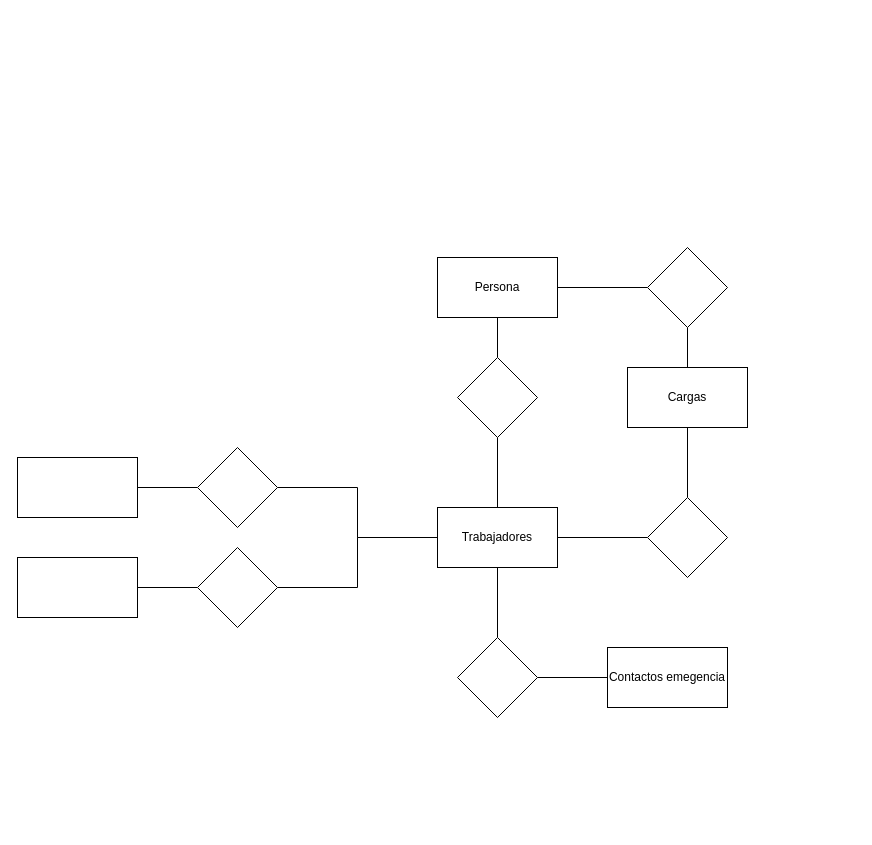
Earlier version of the draw.io diagram ModeloBdTallerDeAplicaciones/Untitled Diagram.drawio (Bixo612/Carpeta1). Source tidied: cells renumbered, new cells numbered last; positions are measured from the earlier drawing's top-left corner, leaving out a move shared by most shapes. Both pictures are drawn from the tidied source at 100%, with x=0, y=0 at pixel (17, 247).
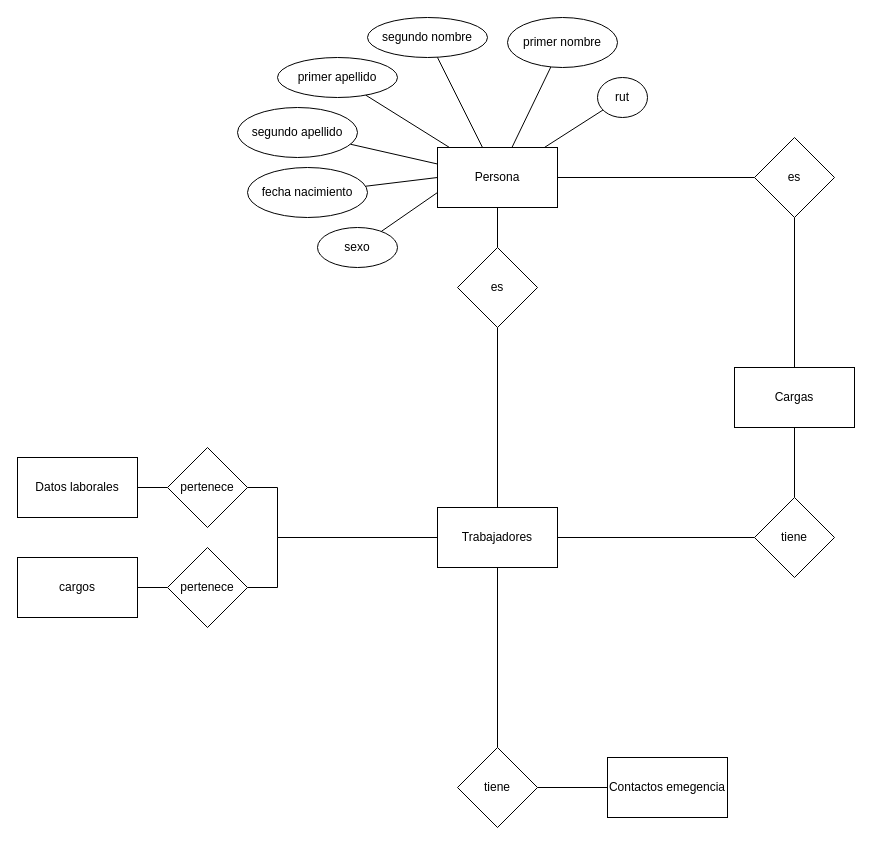
After the change.

The change refers to these unchanged cells:
```xml
<mxCell id="11" value="Trabajadores" style="whiteSpace=wrap;html=1;" parent="1" vertex="1">
  <mxGeometry x="420" y="260" width="120" height="60" as="geometry" />
</mxCell>
```

Diff of the diagram source:
```diff
@@
     <mxCell id="4" value="Persona" style="rounded=0;whiteSpace=wrap;html=1;" parent="1" vertex="1">
-      <mxGeometry x="420" y="10" width="120" height="60" as="geometry" />
+      <mxGeometry x="420" y="-100" width="120" height="60" as="geometry" />
     </mxCell>
@@
-    <mxCell id="6" style="rhombus;whiteSpace=wrap;html=1;" parent="1" vertex="1">
-      <mxGeometry x="440" y="110" width="80" height="80" as="geometry" />
+    <mxCell id="6" value="es" style="rhombus;whiteSpace=wrap;html=1;" parent="1" vertex="1">
+      <mxGeometry x="440" width="80" height="80" as="geometry" />
     </mxCell>
@@
     <mxCell id="9" style="edgeStyle=orthogonalEdgeStyle;rounded=0;jettySize=auto;html=1;endArrow=none;endFill=0;" parent="1" edge="1" source="11" target="21">
-      <mxGeometry relative="1" as="geometry" />
+      <mxGeometry relative="1" as="geometry">
+        <Array as="points">
+          <mxPoint x="260" y="290" />
+          <mxPoint x="260" y="240" />
+        </Array>
+      </mxGeometry>
     </mxCell>
     <mxCell id="10" style="edgeStyle=orthogonalEdgeStyle;rounded=0;jettySize=auto;html=1;endArrow=none;endFill=0;" parent="1" edge="1" source="11" target="23">
-      <mxGeometry relative="1" as="geometry" />
+      <mxGeometry relative="1" as="geometry">
+        <Array as="points">
+          <mxPoint x="260" y="290" />
+          <mxPoint x="260" y="340" />
+        </Array>
+      </mxGeometry>
     </mxCell>
@@
-    <mxCell id="13" style="rhombus;whiteSpace=wrap;html=1;rounded=0;" parent="1" vertex="1">
-      <mxGeometry x="630" width="80" height="80" as="geometry" />
+    <mxCell id="13" value="es" style="rhombus;whiteSpace=wrap;html=1;rounded=0;" parent="1" vertex="1">
+      <mxGeometry x="737" y="-110" width="80" height="80" as="geometry" />
     </mxCell>
     <mxCell id="14" value="Cargas" style="whiteSpace=wrap;html=1;rounded=0;" parent="1" vertex="1">
-      <mxGeometry x="610" y="120" width="120" height="60" as="geometry" />
+      <mxGeometry x="717" y="120" width="120" height="60" as="geometry" />
     </mxCell>
@@
-    <mxCell id="16" style="rhombus;whiteSpace=wrap;html=1;" parent="1" vertex="1">
-      <mxGeometry x="630" y="250" width="80" height="80" as="geometry" />
+    <mxCell id="16" value="tiene" style="rhombus;whiteSpace=wrap;html=1;" parent="1" vertex="1">
+      <mxGeometry x="737" y="250" width="80" height="80" as="geometry" />
     </mxCell>
@@
-    <mxCell id="18" style="rhombus;whiteSpace=wrap;html=1;" parent="1" vertex="1">
-      <mxGeometry x="440" y="390" width="80" height="80" as="geometry" />
+    <mxCell id="18" value="tiene" style="rhombus;whiteSpace=wrap;html=1;" parent="1" vertex="1">
+      <mxGeometry x="440" y="500" width="80" height="80" as="geometry" />
     </mxCell>
     <mxCell id="19" value="Contactos emegencia" style="whiteSpace=wrap;html=1;" parent="1" vertex="1">
-      <mxGeometry x="590" y="400" width="120" height="60" as="geometry" />
+      <mxGeometry x="590" y="510" width="120" height="60" as="geometry" />
     </mxCell>
@@
-    <mxCell id="21" style="rhombus;whiteSpace=wrap;html=1;" parent="1" vertex="1">
-      <mxGeometry x="180" y="200" width="80" height="80" as="geometry" />
+    <mxCell id="21" value="pertenece" style="rhombus;whiteSpace=wrap;html=1;" parent="1" vertex="1">
+      <mxGeometry x="150" y="200" width="80" height="80" as="geometry" />
     </mxCell>
@@
-    <mxCell id="23" style="rhombus;whiteSpace=wrap;html=1;" parent="1" vertex="1">
-      <mxGeometry x="180" y="300" width="80" height="80" as="geometry" />
+    <mxCell id="23" value="pertenece" style="rhombus;whiteSpace=wrap;html=1;" parent="1" vertex="1">
+      <mxGeometry x="150" y="300" width="80" height="80" as="geometry" />
     </mxCell>
-    <mxCell id="24" style="whiteSpace=wrap;html=1;" parent="1" vertex="1">
+    <mxCell id="24" value="cargos" style="whiteSpace=wrap;html=1;" parent="1" vertex="1">
       <mxGeometry y="310" width="120" height="60" as="geometry" />
     </mxCell>
-    <mxCell id="25" style="whiteSpace=wrap;html=1;" parent="1" vertex="1">
+    <mxCell id="25" value="Datos laborales" style="whiteSpace=wrap;html=1;" parent="1" vertex="1">
       <mxGeometry y="210" width="120" height="60" as="geometry" />
     </mxCell>
+    <mxCell id="26" style="edgeStyle=none;rounded=0;jettySize=auto;html=1;endArrow=none;endFill=0;" parent="1" edge="1" source="27" target="4">
+      <mxGeometry relative="1" as="geometry" />
+    </mxCell>
+    <mxCell id="27" value="rut" style="ellipse;whiteSpace=wrap;html=1;" parent="1" vertex="1">
+      <mxGeometry x="580" y="-170" width="50" height="40" as="geometry" />
+    </mxCell>
+    <mxCell id="28" style="edgeStyle=none;rounded=0;jettySize=auto;html=1;endArrow=none;endFill=0;" parent="1" edge="1" source="29" target="4">
+      <mxGeometry relative="1" as="geometry" />
+    </mxCell>
+    <mxCell id="29" value="primer nombre" style="ellipse;whiteSpace=wrap;html=1;" parent="1" vertex="1">
+      <mxGeometry x="490" y="-230" width="110" height="50" as="geometry" />
+    </mxCell>
+    <mxCell id="30" style="edgeStyle=none;rounded=0;jettySize=auto;html=1;endArrow=none;endFill=0;" parent="1" edge="1" source="31" target="4">
+      <mxGeometry relative="1" as="geometry" />
+    </mxCell>
+    <mxCell id="31" value="segundo nombre" style="ellipse;whiteSpace=wrap;html=1;" parent="1" vertex="1">
+      <mxGeometry x="350" y="-230" width="120" height="40" as="geometry" />
+    </mxCell>
+    <mxCell id="32" style="edgeStyle=none;rounded=0;jettySize=auto;html=1;endArrow=none;endFill=0;" parent="1" edge="1" source="33" target="4">
+      <mxGeometry relative="1" as="geometry" />
+    </mxCell>
+    <mxCell id="33" value="primer apellido" style="ellipse;whiteSpace=wrap;html=1;" parent="1" vertex="1">
+      <mxGeometry x="260" y="-190" width="120" height="40" as="geometry" />
+    </mxCell>
+    <mxCell id="34" style="edgeStyle=none;rounded=0;orthogonalLoop=1;jettySize=auto;html=1;exitX=0.5;exitY=0;exitDx=0;exitDy=0;endArrow=none;endFill=0;" parent="1" edge="1" source="33" target="33">
+      <mxGeometry relative="1" as="geometry" />
+    </mxCell>
+    <mxCell id="35" style="edgeStyle=none;rounded=0;jettySize=auto;html=1;endArrow=none;endFill=0;" parent="1" edge="1" source="36" target="4">
+      <mxGeometry relative="1" as="geometry" />
+    </mxCell>
+    <mxCell id="36" value="segundo apellido" style="ellipse;whiteSpace=wrap;html=1;" parent="1" vertex="1">
+      <mxGeometry x="220" y="-140" width="120" height="50" as="geometry" />
+    </mxCell>
+    <mxCell id="37" style="edgeStyle=none;rounded=0;jettySize=auto;html=1;entryX=0;entryY=0.5;entryDx=0;entryDy=0;endArrow=none;endFill=0;" parent="1" edge="1" source="38" target="4">
+      <mxGeometry relative="1" as="geometry" />
+    </mxCell>
+    <mxCell id="38" value="fecha nacimiento" style="ellipse;whiteSpace=wrap;html=1;" parent="1" vertex="1">
+      <mxGeometry x="230" y="-80" width="120" height="50" as="geometry" />
+    </mxCell>
+    <mxCell id="39" style="edgeStyle=none;rounded=0;jettySize=auto;html=1;entryX=0;entryY=0.75;entryDx=0;entryDy=0;endArrow=none;endFill=0;" parent="1" edge="1" source="40" target="4">
+      <mxGeometry relative="1" as="geometry" />
+    </mxCell>
+    <mxCell id="40" value="sexo" style="ellipse;whiteSpace=wrap;html=1;" parent="1" vertex="1">
+      <mxGeometry x="300" y="-20" width="80" height="40" as="geometry" />
+    </mxCell>
```
